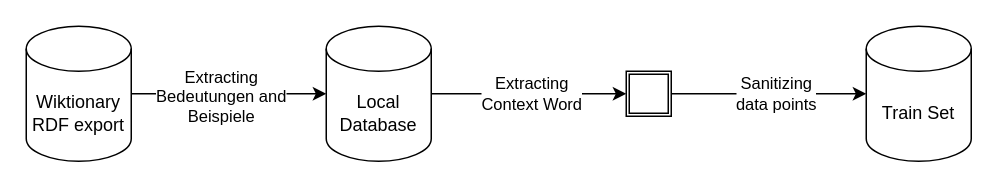
Before: diagrams/3_methodology/data_import_2.drawio in jfeil/GermanDefinitionGeneration, a draw.io diagram. Source tidied: cells renumbered, new cells numbered last; positions are measured from the earlier drawing's top-left corner, leaving out a move shared by most shapes. Both pictures are drawn from the tidied source at 150%, with x=0, y=0 at pixel (26, 26). Pictures stored in the file or linked from it are replaced by grey dashed boxes.
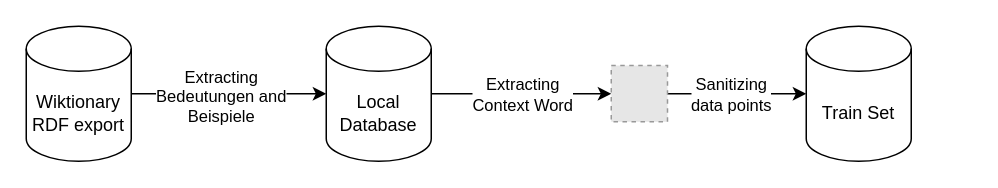
The same diagram, later.

The edit, as a diff of the source:
```diff
@@
 <mxGraphModel>
   <root>
     <mxCell id="0" />
     <mxCell id="1" parent="0" />
     <mxCell id="2" style="edgeStyle=orthogonalEdgeStyle;rounded=0;jettySize=auto;html=1;" parent="1" edge="1" source="4" target="7">
       <mxGeometry relative="1" as="geometry" />
     </mxCell>
     <mxCell id="3" value="Extracting&lt;div&gt;Bedeutungen and&lt;/div&gt;&lt;div&gt;Beispiele&lt;/div&gt;" style="edgeLabel;html=1;align=center;verticalAlign=middle;" parent="2" vertex="1">
       <mxGeometry x="-0.09" y="-1" relative="1" as="geometry" />
     </mxCell>
     <mxCell id="4" value="Wiktionary&lt;div&gt;RDF export&lt;/div&gt;" style="shape=cylinder3;whiteSpace=wrap;html=1;boundedLbl=1;backgroundOutline=1;size=15;" parent="1" vertex="1">
       <mxGeometry width="70" height="90" as="geometry" />
     </mxCell>
-    <mxCell id="5" style="edgeStyle=orthogonalEdgeStyle;rounded=0;jettySize=auto;html=1;" parent="1" edge="1" source="7" target="11">
+    <mxCell id="5" style="edgeStyle=orthogonalEdgeStyle;rounded=0;jettySize=auto;html=1;" parent="1" edge="1" source="7" target="12">
       <mxGeometry relative="1" as="geometry" />
     </mxCell>
     <mxCell id="6" value="Extracting&lt;div&gt;Context Word&lt;/div&gt;" style="edgeLabel;html=1;align=center;verticalAlign=middle;" parent="5" vertex="1">
-      <mxGeometry x="0.02" y="1" relative="1" as="geometry" />
+      <mxGeometry x="0.02" y="1" relative="1" as="geometry">
+        <mxPoint x="-1" y="1" as="offset" />
+      </mxGeometry>
     </mxCell>
     <mxCell id="7" value="Local&lt;div&gt;Database&lt;/div&gt;" style="shape=cylinder3;whiteSpace=wrap;html=1;boundedLbl=1;backgroundOutline=1;size=15;" parent="1" vertex="1">
       <mxGeometry x="200" width="70" height="90" as="geometry" />
     </mxCell>
     <mxCell id="8" value="Train Set" style="shape=cylinder3;whiteSpace=wrap;html=1;boundedLbl=1;backgroundOutline=1;size=15;" parent="1" vertex="1">
-      <mxGeometry x="560" width="70" height="90" as="geometry" />
+      <mxGeometry x="520" width="70" height="90" as="geometry" />
     </mxCell>
-    <mxCell id="9" style="edgeStyle=orthogonalEdgeStyle;rounded=0;jettySize=auto;html=1;" parent="1" edge="1" source="11" target="8">
+    <mxCell id="9" style="edgeStyle=orthogonalEdgeStyle;rounded=0;jettySize=auto;html=1;" parent="1" edge="1" source="12" target="8">
       <mxGeometry relative="1" as="geometry" />
     </mxCell>
     <mxCell id="10" value="Sanitizing&lt;div&gt;data points&lt;/div&gt;" style="edgeLabel;html=1;align=center;verticalAlign=middle;" parent="9" vertex="1">
-      <mxGeometry x="0.06" y="1" relative="1" as="geometry" />
+      <mxGeometry x="0.06" y="1" relative="1" as="geometry">
+        <mxPoint x="-7" y="1" as="offset" />
+      </mxGeometry>
     </mxCell>
-    <mxCell id="11" style="shape=ext;double=1;rounded=0;whiteSpace=wrap;html=1;" parent="1" vertex="1">
-      <mxGeometry x="400" y="30" width="30" height="30" as="geometry" />
-    </mxCell>
+    <mxCell id="12" style="fillColor=#E6E6E6;strokeColor=#999999;dashed=1;verticalLabelPosition=bottom;labelBackgroundColor=default;verticalAlign=top;" parent="1" vertex="1">
+      <mxGeometry x="390" y="26.2" width="37.5" height="37.5" as="geometry" />
+    </mxCell>
   </root>
 </mxGraphModel>
```
